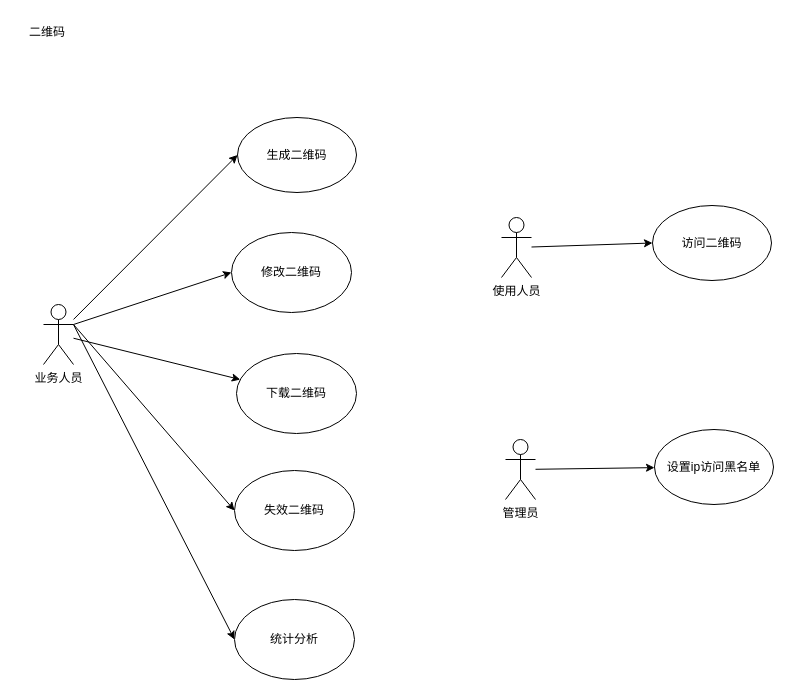
Before: page "二维码" (6 of 10) of shorturl.drawio in leechliao/drawio, a draw.io diagram. Source tidied: cells renumbered, new cells numbered last; positions are measured from the earlier drawing's top-left corner, leaving out a move shared by most shapes. Both pictures are drawn from the tidied source at 100%, with x=0, y=0 at pixel (17, 17).
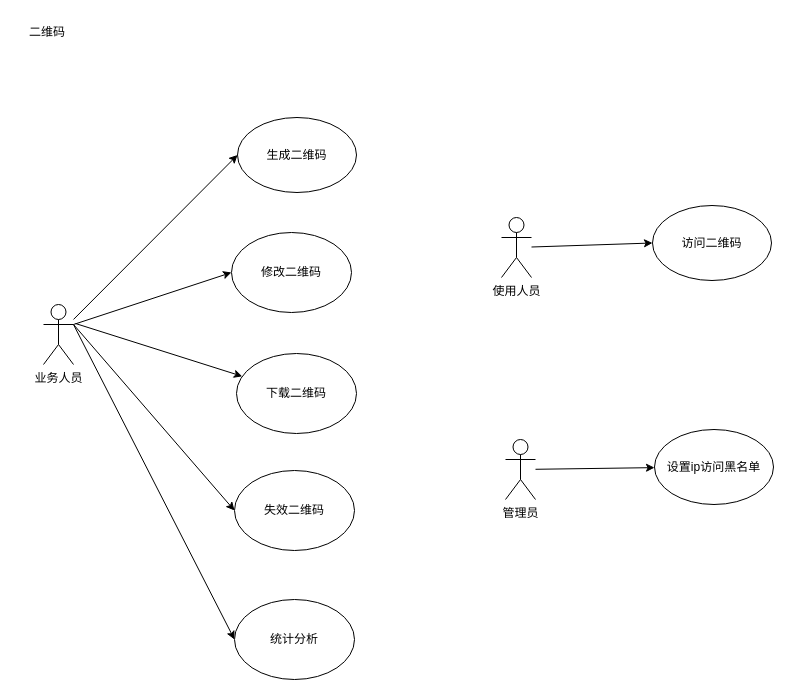
Above is the later version.

Unchanged cells that the change refers to:
```xml
<mxCell id="7" value="业务人员" style="shape=umlActor;verticalLabelPosition=bottom;verticalAlign=top;html=1;outlineConnect=0;" parent="1" vertex="1">
  <mxGeometry x="26" y="287" width="30" height="60" as="geometry" />
</mxCell>
<mxCell id="19" value="下载二维码" style="ellipse;whiteSpace=wrap;html=1;" parent="1" vertex="1">
  <mxGeometry x="219" y="336" width="120" height="80" as="geometry" />
</mxCell>
```

What changed in the source:
```diff
@@
-    <mxCell id="6" style="edgeStyle=none;rounded=0;jettySize=auto;html=1;" parent="1" edge="1" source="7" target="19">
-      <mxGeometry relative="1" as="geometry" />
-    </mxCell>
+    <mxCell id="20" style="edgeStyle=none;rounded=0;jettySize=auto;html=1;" parent="1" edge="1" target="19">
+      <mxGeometry relative="1" as="geometry">
+        <mxPoint x="58" y="306" as="sourcePoint" />
+      </mxGeometry>
+    </mxCell>
```
